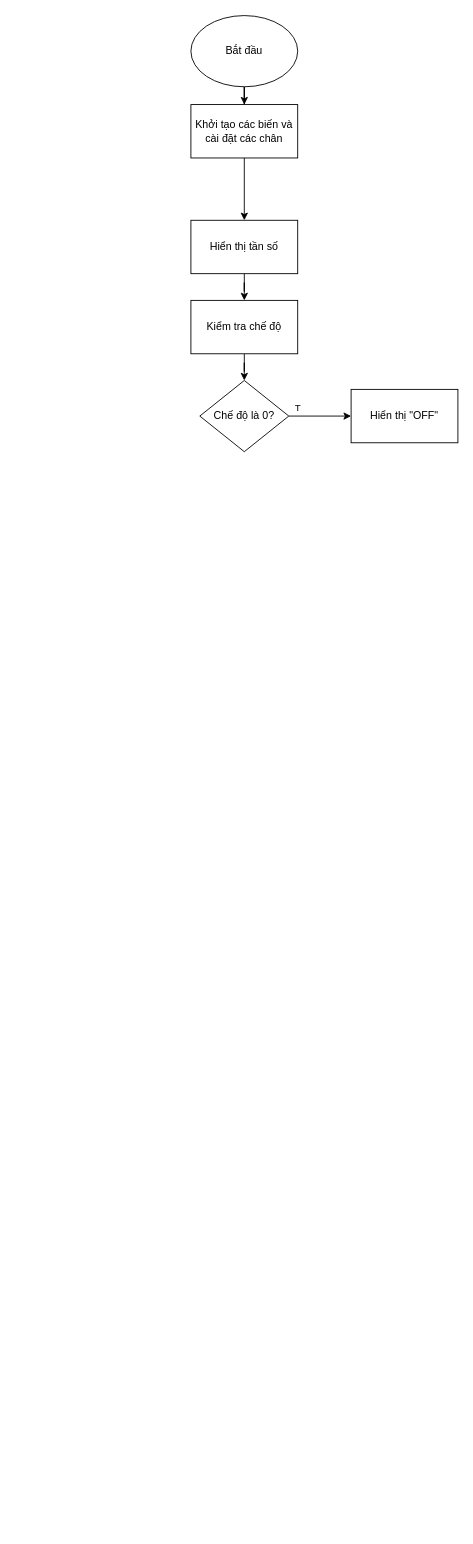
zijipia/ArduinoCpp keeps this draw.io diagram as Untitled Diagram.drawio. Above is the earlier version. Source tidied: cells renumbered, new cells numbered last; positions are measured from the earlier drawing's top-left corner, leaving out a move shared by most shapes. Both pictures are drawn from the tidied source at 89%, with x=0, y=0 at pixel (190, 15).
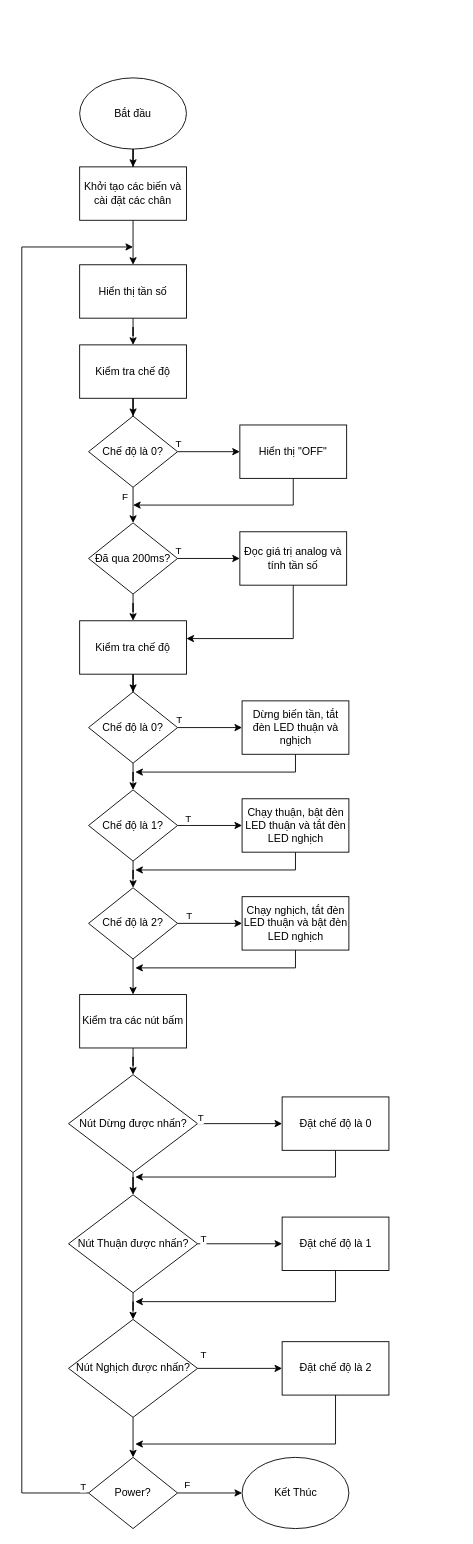
The same page after the edit.

The change refers to these unchanged cells:
```xml
<mxCell id="10" style="edgeStyle=orthogonalEdgeStyle;rounded=0;jettySize=auto;html=1;" parent="1" edge="1" source="12" target="13">
  <mxGeometry relative="1" as="geometry" />
</mxCell>
```

Change to the diagram source:
```diff
@@
     <mxCell id="3" value="Bắt đầu" style="ellipse;whiteSpace=wrap;html=1;" parent="1" vertex="1">
-      <mxGeometry width="120" height="80" as="geometry" />
+      <mxGeometry x="-125" y="70" width="120" height="80" as="geometry" />
     </mxCell>
@@
     <mxCell id="5" value="Khởi tạo các biến và cài đặt các chân" style="rounded=0;whiteSpace=wrap;html=1;" parent="1" vertex="1">
-      <mxGeometry y="100" width="120" height="60" as="geometry" />
+      <mxGeometry x="-125" y="170" width="120" height="60" as="geometry" />
     </mxCell>
@@
     <mxCell id="7" value="Hiển thị tần số" style="rounded=0;whiteSpace=wrap;html=1;" parent="1" vertex="1">
-      <mxGeometry y="230" width="120" height="60" as="geometry" />
+      <mxGeometry x="-125" y="280" width="120" height="60" as="geometry" />
     </mxCell>
@@
     <mxCell id="9" value="Kiểm tra chế độ" style="whiteSpace=wrap;html=1;rounded=0;" parent="1" vertex="1">
-      <mxGeometry y="320" width="120" height="60" as="geometry" />
+      <mxGeometry x="-125" y="370" width="120" height="60" as="geometry" />
     </mxCell>
@@
     <mxCell id="11" value="T" style="edgeLabel;html=1;align=center;verticalAlign=middle;" parent="10" vertex="1">
       <mxGeometry x="-0.53" relative="1" as="geometry">
-        <mxPoint x="-7" y="-10" as="offset" />
+        <mxPoint x="-16" y="-10" as="offset" />
       </mxGeometry>
     </mxCell>
+    <mxCell id="14" style="edgeStyle=orthogonalEdgeStyle;rounded=0;jettySize=auto;html=1;" parent="1" edge="1" source="12" target="20">
+      <mxGeometry relative="1" as="geometry" />
+    </mxCell>
+    <mxCell id="15" value="F" style="edgeLabel;html=1;align=center;verticalAlign=middle;" parent="14" vertex="1">
+      <mxGeometry x="-0.26" y="1" relative="1" as="geometry">
+        <mxPoint x="-11" y="-5" as="offset" />
+      </mxGeometry>
+    </mxCell>
     <mxCell id="12" value="Chế độ là 0?" style="rhombus;whiteSpace=wrap;html=1;" parent="1" vertex="1">
-      <mxGeometry x="10" y="410" width="100" height="80" as="geometry" />
+      <mxGeometry x="-115" y="450" width="100" height="80" as="geometry" />
     </mxCell>
+    <mxCell id="16" style="edgeStyle=orthogonalEdgeStyle;rounded=0;jettySize=auto;html=1;" parent="1" edge="1" source="13">
+      <mxGeometry relative="1" as="geometry">
+        <mxPoint x="-65" y="550" as="targetPoint" />
+        <Array as="points">
+          <mxPoint x="115" y="550" />
+        </Array>
+      </mxGeometry>
+    </mxCell>
     <mxCell id="13" value="Hiển thị &quot;OFF&quot;" style="whiteSpace=wrap;html=1;" parent="1" vertex="1">
-      <mxGeometry x="180" y="420" width="120" height="60" as="geometry" />
+      <mxGeometry x="55" y="460" width="120" height="60" as="geometry" />
     </mxCell>
+    <mxCell id="17" style="edgeStyle=orthogonalEdgeStyle;rounded=0;jettySize=auto;html=1;" parent="1" edge="1" source="20" target="22">
+      <mxGeometry relative="1" as="geometry" />
+    </mxCell>
+    <mxCell id="18" value="T" style="edgeLabel;html=1;align=center;verticalAlign=middle;" parent="17" vertex="1">
+      <mxGeometry x="-0.84" y="-1" relative="1" as="geometry">
+        <mxPoint x="-6" y="-11" as="offset" />
+      </mxGeometry>
+    </mxCell>
+    <mxCell id="19" style="edgeStyle=orthogonalEdgeStyle;rounded=0;jettySize=auto;html=1;entryX=0.5;entryY=0;entryDx=0;entryDy=0;" parent="1" edge="1" source="20" target="24">
+      <mxGeometry relative="1" as="geometry" />
+    </mxCell>
+    <mxCell id="20" value="Đã qua 200ms?" style="rhombus;whiteSpace=wrap;html=1;" parent="1" vertex="1">
+      <mxGeometry x="-115" y="570" width="100" height="80" as="geometry" />
+    </mxCell>
+    <mxCell id="21" style="edgeStyle=orthogonalEdgeStyle;rounded=0;jettySize=auto;html=1;" parent="1" edge="1" source="22" target="24">
+      <mxGeometry relative="1" as="geometry">
+        <Array as="points">
+          <mxPoint x="115" y="700" />
+        </Array>
+      </mxGeometry>
+    </mxCell>
+    <mxCell id="22" value="Đọc giá trị analog và tính tần số" style="whiteSpace=wrap;html=1;" parent="1" vertex="1">
+      <mxGeometry x="55" y="580" width="120" height="60" as="geometry" />
+    </mxCell>
+    <mxCell id="23" style="edgeStyle=orthogonalEdgeStyle;rounded=0;jettySize=auto;html=1;entryX=0.5;entryY=0;entryDx=0;entryDy=0;" parent="1" edge="1" source="24" target="28">
+      <mxGeometry relative="1" as="geometry" />
+    </mxCell>
+    <mxCell id="24" value="Kiểm tra chế độ" style="whiteSpace=wrap;html=1;rounded=0;" parent="1" vertex="1">
+      <mxGeometry x="-125" y="680" width="120" height="60" as="geometry" />
+    </mxCell>
+    <mxCell id="25" style="edgeStyle=orthogonalEdgeStyle;rounded=0;jettySize=auto;html=1;" parent="1" edge="1" source="28" target="30">
+      <mxGeometry relative="1" as="geometry" />
+    </mxCell>
+    <mxCell id="26" value="T" style="edgeLabel;html=1;align=center;verticalAlign=middle;" parent="25" vertex="1">
+      <mxGeometry x="-0.22" y="-3" relative="1" as="geometry">
+        <mxPoint x="-27" y="-13" as="offset" />
+      </mxGeometry>
+    </mxCell>
+    <mxCell id="27" style="edgeStyle=orthogonalEdgeStyle;rounded=0;jettySize=auto;html=1;" parent="1" edge="1" source="28" target="33">
+      <mxGeometry relative="1" as="geometry" />
+    </mxCell>
+    <mxCell id="28" value="Chế độ là 0?" style="rhombus;whiteSpace=wrap;html=1;" parent="1" vertex="1">
+      <mxGeometry x="-115" y="760" width="100" height="80" as="geometry" />
+    </mxCell>
+    <mxCell id="29" style="edgeStyle=orthogonalEdgeStyle;rounded=0;jettySize=auto;html=1;" parent="1" edge="1" source="30">
+      <mxGeometry relative="1" as="geometry">
+        <mxPoint x="-62.5" y="850" as="targetPoint" />
+        <Array as="points">
+          <mxPoint x="117.5" y="850" />
+        </Array>
+      </mxGeometry>
+    </mxCell>
+    <mxCell id="30" value="Dừng biến tần, tắt đèn LED thuận và nghịch" style="whiteSpace=wrap;html=1;" parent="1" vertex="1">
+      <mxGeometry x="57.5" y="770" width="120" height="60" as="geometry" />
+    </mxCell>
+    <mxCell id="31" style="edgeStyle=orthogonalEdgeStyle;rounded=0;jettySize=auto;html=1;" parent="1" edge="1" source="33" target="35">
+      <mxGeometry relative="1" as="geometry" />
+    </mxCell>
+    <mxCell id="32" style="edgeStyle=orthogonalEdgeStyle;rounded=0;jettySize=auto;html=1;" parent="1" edge="1" source="33" target="38">
+      <mxGeometry relative="1" as="geometry" />
+    </mxCell>
+    <mxCell id="33" value="Chế độ là 1?" style="rhombus;whiteSpace=wrap;html=1;" parent="1" vertex="1">
+      <mxGeometry x="-115" y="870" width="100" height="80" as="geometry" />
+    </mxCell>
+    <mxCell id="34" style="edgeStyle=orthogonalEdgeStyle;rounded=0;jettySize=auto;html=1;" parent="1" edge="1" source="35">
+      <mxGeometry relative="1" as="geometry">
+        <mxPoint x="-62.5" y="960" as="targetPoint" />
+        <Array as="points">
+          <mxPoint x="117.5" y="960" />
+        </Array>
+      </mxGeometry>
+    </mxCell>
+    <mxCell id="35" value="Chạy thuận, bật đèn LED thuận và tắt đèn LED nghịch" style="whiteSpace=wrap;html=1;" parent="1" vertex="1">
+      <mxGeometry x="57.5" y="880" width="120" height="60" as="geometry" />
+    </mxCell>
+    <mxCell id="36" style="edgeStyle=orthogonalEdgeStyle;rounded=0;jettySize=auto;html=1;" parent="1" edge="1" source="38" target="40">
+      <mxGeometry relative="1" as="geometry" />
+    </mxCell>
+    <mxCell id="37" style="edgeStyle=orthogonalEdgeStyle;rounded=0;jettySize=auto;html=1;" parent="1" edge="1" source="38" target="42">
+      <mxGeometry relative="1" as="geometry" />
+    </mxCell>
+    <mxCell id="38" value="Chế độ là 2?" style="rhombus;whiteSpace=wrap;html=1;" parent="1" vertex="1">
+      <mxGeometry x="-115" y="980" width="100" height="80" as="geometry" />
+    </mxCell>
+    <mxCell id="39" style="edgeStyle=orthogonalEdgeStyle;rounded=0;jettySize=auto;html=1;" parent="1" edge="1" source="40">
+      <mxGeometry relative="1" as="geometry">
+        <mxPoint x="-62.5" y="1070" as="targetPoint" />
+        <Array as="points">
+          <mxPoint x="117.5" y="1070" />
+        </Array>
+      </mxGeometry>
+    </mxCell>
+    <mxCell id="40" value="Chạy nghịch, tắt đèn LED thuận và bật đèn LED nghịch" style="whiteSpace=wrap;html=1;" parent="1" vertex="1">
+      <mxGeometry x="57.5" y="990" width="120" height="60" as="geometry" />
+    </mxCell>
+    <mxCell id="41" style="edgeStyle=orthogonalEdgeStyle;rounded=0;jettySize=auto;html=1;" parent="1" edge="1" source="42" target="45">
+      <mxGeometry relative="1" as="geometry" />
+    </mxCell>
+    <mxCell id="42" value="Kiểm tra các nút bấm" style="whiteSpace=wrap;html=1;" parent="1" vertex="1">
+      <mxGeometry x="-125" y="1100" width="120" height="60" as="geometry" />
+    </mxCell>
+    <mxCell id="43" style="edgeStyle=orthogonalEdgeStyle;rounded=0;jettySize=auto;html=1;" parent="1" edge="1" source="45" target="47">
+      <mxGeometry relative="1" as="geometry" />
+    </mxCell>
+    <mxCell id="44" style="edgeStyle=orthogonalEdgeStyle;rounded=0;jettySize=auto;html=1;" parent="1" edge="1" source="45" target="50">
+      <mxGeometry relative="1" as="geometry" />
+    </mxCell>
+    <mxCell id="45" value="Nút Dừng được nhấn?" style="rhombus;whiteSpace=wrap;html=1;" parent="1" vertex="1">
+      <mxGeometry x="-137.5" y="1190" width="145" height="110" as="geometry" />
+    </mxCell>
+    <mxCell id="46" style="edgeStyle=orthogonalEdgeStyle;rounded=0;jettySize=auto;html=1;" parent="1" edge="1" source="47">
+      <mxGeometry relative="1" as="geometry">
+        <mxPoint x="-62.5" y="1305" as="targetPoint" />
+        <Array as="points">
+          <mxPoint x="162.5" y="1305" />
+        </Array>
+      </mxGeometry>
+    </mxCell>
+    <mxCell id="47" value="Đặt chế độ là 0" style="whiteSpace=wrap;html=1;" parent="1" vertex="1">
+      <mxGeometry x="102.5" y="1215" width="120" height="60" as="geometry" />
+    </mxCell>
+    <mxCell id="48" style="edgeStyle=orthogonalEdgeStyle;rounded=0;jettySize=auto;html=1;" parent="1" edge="1" source="50" target="55">
+      <mxGeometry relative="1" as="geometry" />
+    </mxCell>
+    <mxCell id="49" style="edgeStyle=orthogonalEdgeStyle;rounded=0;jettySize=auto;html=1;" parent="1" edge="1" source="50" target="57">
+      <mxGeometry relative="1" as="geometry" />
+    </mxCell>
+    <mxCell id="50" value="Nút Thuận được nhấn?" style="rhombus;whiteSpace=wrap;html=1;" parent="1" vertex="1">
+      <mxGeometry x="-137.5" y="1325" width="145" height="110" as="geometry" />
+    </mxCell>
+    <mxCell id="51" style="edgeStyle=orthogonalEdgeStyle;rounded=0;jettySize=auto;html=1;" parent="1" edge="1" source="55" target="59">
+      <mxGeometry relative="1" as="geometry" />
+    </mxCell>
+    <mxCell id="52" style="edgeStyle=orthogonalEdgeStyle;rounded=0;jettySize=auto;html=1;exitX=0;exitY=0.5;exitDx=0;exitDy=0;" parent="1" edge="1" source="67">
+      <mxGeometry relative="1" as="geometry">
+        <mxPoint x="-65" y="260" as="targetPoint" />
+        <Array as="points">
+          <mxPoint x="-190" y="1660" />
+          <mxPoint x="-190" y="260" />
+        </Array>
+      </mxGeometry>
+    </mxCell>
+    <mxCell id="53" value="T" style="edgeLabel;html=1;align=center;verticalAlign=middle;" parent="52" vertex="1">
+      <mxGeometry x="-0.98" y="1" relative="1" as="geometry">
+        <mxPoint x="9" y="-9" as="offset" />
+      </mxGeometry>
+    </mxCell>
+    <mxCell id="54" style="edgeStyle=orthogonalEdgeStyle;rounded=0;jettySize=auto;html=1;" parent="1" edge="1" source="55" target="67">
+      <mxGeometry relative="1" as="geometry" />
+    </mxCell>
+    <mxCell id="55" value="Nút Nghịch được nhấn?" style="rhombus;whiteSpace=wrap;html=1;" parent="1" vertex="1">
+      <mxGeometry x="-137.5" y="1465" width="145" height="110" as="geometry" />
+    </mxCell>
+    <mxCell id="56" style="edgeStyle=orthogonalEdgeStyle;rounded=0;jettySize=auto;html=1;" parent="1" edge="1" source="57">
+      <mxGeometry relative="1" as="geometry">
+        <mxPoint x="-62.5" y="1445" as="targetPoint" />
+        <Array as="points">
+          <mxPoint x="162.5" y="1445" />
+        </Array>
+      </mxGeometry>
+    </mxCell>
+    <mxCell id="57" value="Đặt chế độ là 1" style="whiteSpace=wrap;html=1;" parent="1" vertex="1">
+      <mxGeometry x="102.5" y="1350" width="120" height="60" as="geometry" />
+    </mxCell>
+    <mxCell id="58" style="edgeStyle=orthogonalEdgeStyle;rounded=0;jettySize=auto;html=1;" parent="1" edge="1" source="59">
+      <mxGeometry relative="1" as="geometry">
+        <mxPoint x="-62.5" y="1605" as="targetPoint" />
+        <Array as="points">
+          <mxPoint x="162.5" y="1605" />
+        </Array>
+      </mxGeometry>
+    </mxCell>
+    <mxCell id="59" value="Đặt chế độ là 2" style="whiteSpace=wrap;html=1;" parent="1" vertex="1">
+      <mxGeometry x="102.5" y="1490" width="120" height="60" as="geometry" />
+    </mxCell>
+    <mxCell id="60" value="T" style="edgeLabel;html=1;align=center;verticalAlign=middle;" parent="1" vertex="1">
+      <mxGeometry x="7.5" y="790" as="geometry">
+        <mxPoint x="-11" y="112" as="offset" />
+      </mxGeometry>
+    </mxCell>
+    <mxCell id="61" value="T" style="edgeLabel;html=1;align=center;verticalAlign=middle;" parent="1" vertex="1">
+      <mxGeometry x="-2.5" y="910" as="geometry">
+        <mxPoint y="101" as="offset" />
+      </mxGeometry>
+    </mxCell>
+    <mxCell id="62" value="T" style="edgeLabel;html=1;align=center;verticalAlign=middle;" parent="1" vertex="1">
+      <mxGeometry x="10" y="1235" as="geometry">
+        <mxPoint y="3" as="offset" />
+      </mxGeometry>
+    </mxCell>
+    <mxCell id="63" value="T" style="edgeLabel;html=1;align=center;verticalAlign=middle;" parent="1" vertex="1">
+      <mxGeometry x="17.5" y="1235" as="geometry">
+        <mxPoint x="-4" y="139" as="offset" />
+      </mxGeometry>
+    </mxCell>
+    <mxCell id="64" value="T" style="edgeLabel;html=1;align=center;verticalAlign=middle;" parent="1" vertex="1">
+      <mxGeometry x="17.5" y="1365" as="geometry">
+        <mxPoint x="-4" y="139" as="offset" />
+      </mxGeometry>
+    </mxCell>
+    <mxCell id="65" style="edgeStyle=orthogonalEdgeStyle;rounded=0;jettySize=auto;html=1;" parent="1" edge="1" source="67" target="68">
+      <mxGeometry relative="1" as="geometry" />
+    </mxCell>
+    <mxCell id="66" value="F" style="edgeLabel;html=1;align=center;verticalAlign=middle;" parent="65" vertex="1">
+      <mxGeometry x="-0.57" y="1" relative="1" as="geometry">
+        <mxPoint x="-6" y="-9" as="offset" />
+      </mxGeometry>
+    </mxCell>
+    <mxCell id="67" value="Power?" style="rhombus;whiteSpace=wrap;html=1;" parent="1" vertex="1">
+      <mxGeometry x="-115" y="1620" width="100" height="80" as="geometry" />
+    </mxCell>
+    <mxCell id="68" value="Kết Thúc" style="ellipse;whiteSpace=wrap;html=1;" parent="1" vertex="1">
+      <mxGeometry x="57.5" y="1620" width="120" height="80" as="geometry" />
+    </mxCell>
```
